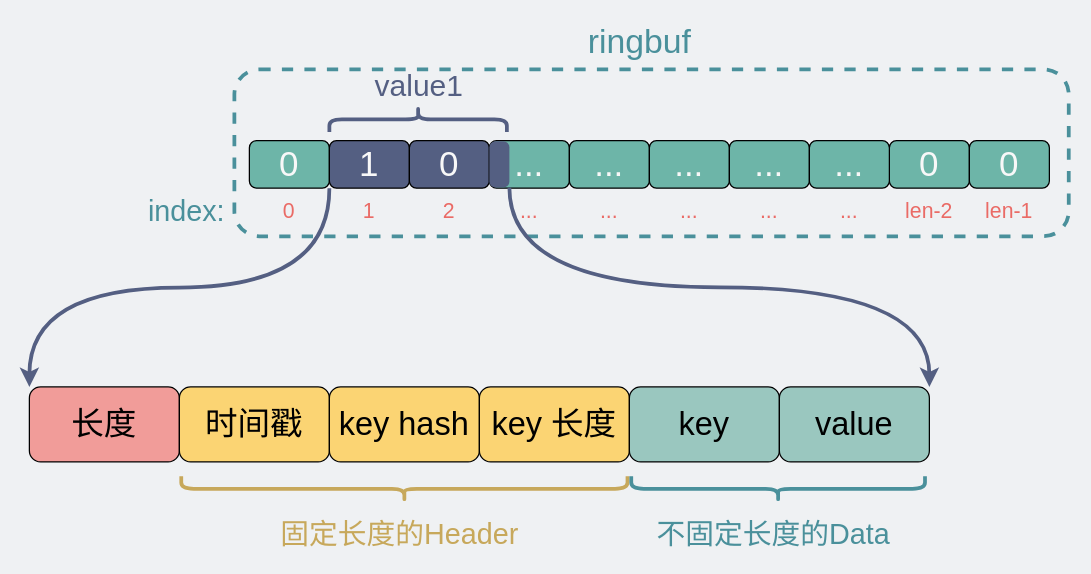
xiaobaiTech/image keeps this draw.io diagram as network/ringbuf内数据格式.drawio. Above is the earlier version. Source tidied: cells renumbered, new cells numbered last; positions are measured from the earlier drawing's top-left corner, leaving out a move shared by most shapes. Both pictures are drawn from the tidied source at 125%, with x=0, y=0 at pixel (29, 22).
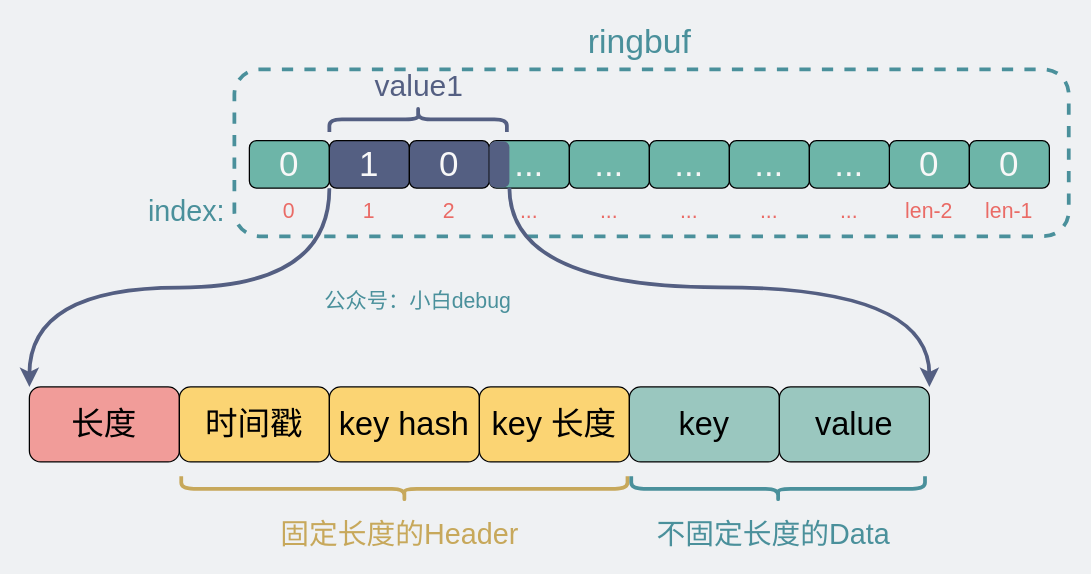
Above is the later version.

Commit message:
更新ringbuf内数据格式.drawio

The edit, as a diff of the source:
```diff
@@
+    <mxCell id="40" value="&lt;font color=&quot;#4a909b&quot; style=&quot;font-size: 17px;&quot;&gt;公众号：小白debug&lt;/font&gt;" style="text;html=1;strokeColor=none;fillColor=none;align=center;verticalAlign=middle;whiteSpace=wrap;rounded=0;fontSize=16;" parent="1" vertex="1">
+      <mxGeometry x="170" y="208" width="282" height="30" as="geometry" />
+    </mxCell>
```
